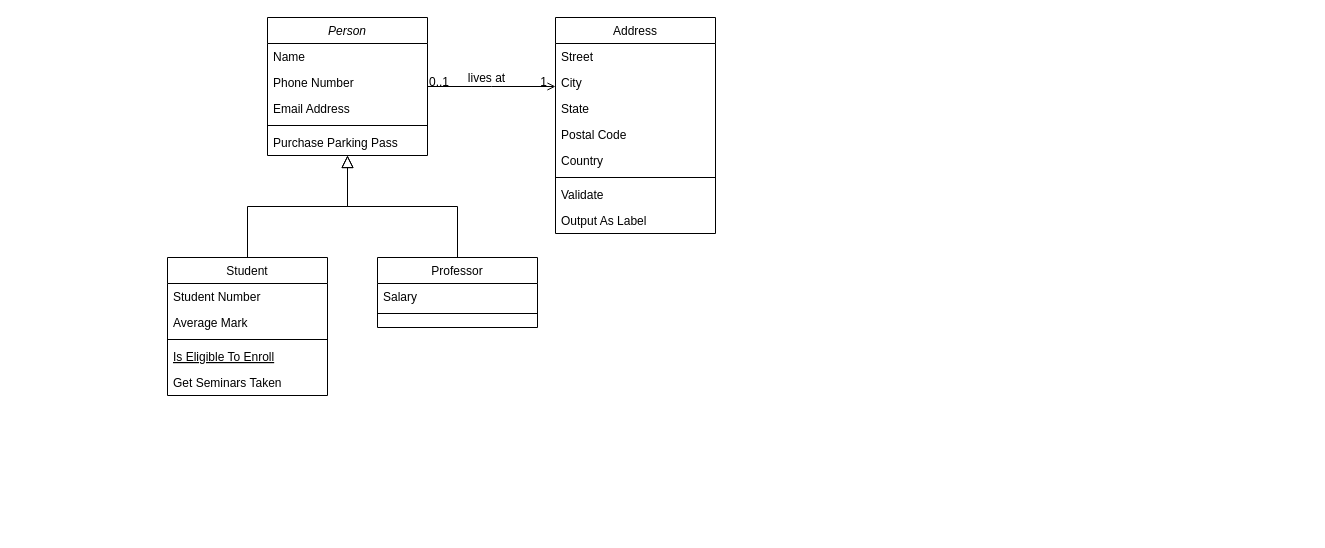
Earlier version of the draw.io diagram Прога/Untitled Diagram.drawio (kyg03a/itmebra). Source tidied: cells renumbered, new cells numbered last; positions are measured from the earlier drawing's top-left corner, leaving out a move shared by most shapes. Both pictures are drawn from the tidied source at 100%, with x=0, y=0 at pixel (167, 17).
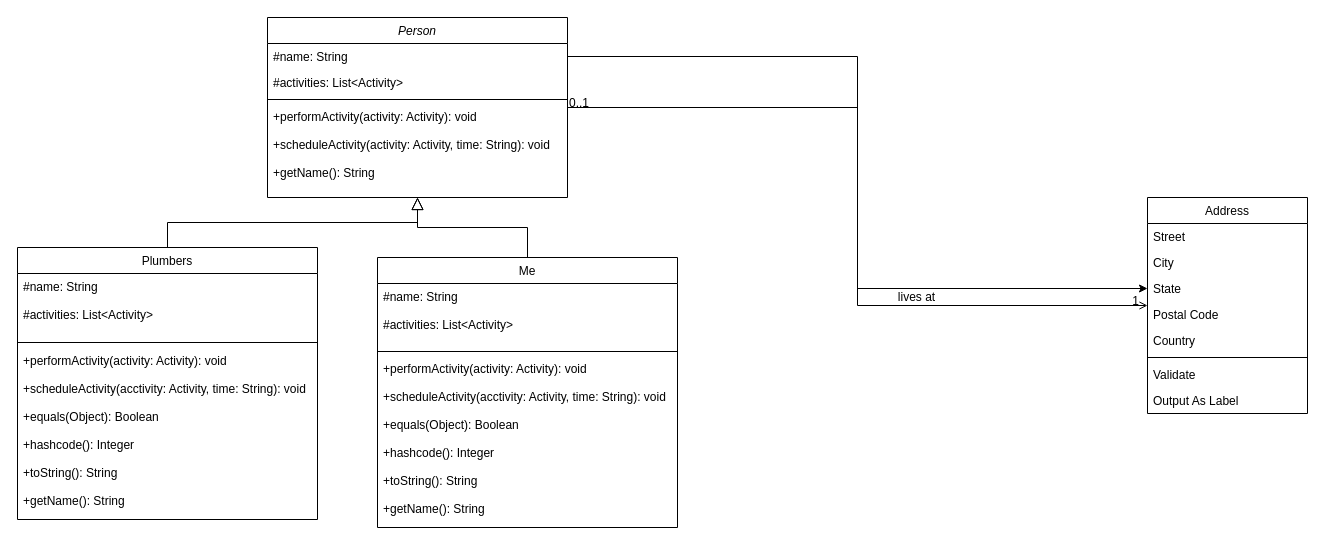
Above is the later version.

The change refers to these unchanged cells:
```xml
<mxCell id="22" value="State" style="text;align=left;verticalAlign=top;spacingLeft=4;spacingRight=4;overflow=hidden;points=[[0,0.5],[1,0.5]];portConstraint=eastwest;rounded=0;shadow=0;html=0;" parent="19" vertex="1">
  <mxGeometry y="78" width="160" height="26" as="geometry" />
</mxCell>
```

What changed in the source:
```diff
@@
     <mxCell id="2" value="Person" style="swimlane;fontStyle=2;align=center;verticalAlign=top;horizontal=1;startSize=26;rounded=0;shadow=0;strokeWidth=1;" parent="1" vertex="1">
-      <mxGeometry x="100" width="160" height="138" as="geometry" />
+      <mxGeometry x="100" width="300" height="180" as="geometry" />
     </mxCell>
-    <mxCell id="3" value="Name" style="text;align=left;verticalAlign=top;spacingLeft=4;spacingRight=4;overflow=hidden;points=[[0,0.5],[1,0.5]];portConstraint=eastwest;" parent="2" vertex="1">
-      <mxGeometry y="26" width="160" height="26" as="geometry" />
+    <mxCell id="3" value="#name: String" style="text;align=left;verticalAlign=top;spacingLeft=4;spacingRight=4;overflow=hidden;points=[[0,0.5],[1,0.5]];portConstraint=eastwest;" parent="2" vertex="1">
+      <mxGeometry y="26" width="300" height="26" as="geometry" />
     </mxCell>
-    <mxCell id="4" value="Phone Number" style="text;align=left;verticalAlign=top;spacingLeft=4;spacingRight=4;overflow=hidden;rounded=0;shadow=0;html=0;" parent="2" vertex="1">
-      <mxGeometry y="52" width="160" height="26" as="geometry" />
-    </mxCell>
-    <mxCell id="5" value="Email Address" style="text;align=left;verticalAlign=top;spacingLeft=4;spacingRight=4;overflow=hidden;rounded=0;shadow=0;html=0;" parent="2" vertex="1">
-      <mxGeometry y="78" width="160" height="26" as="geometry" />
+    <mxCell id="5" value="#activities: List&lt;Activity&gt;" style="text;align=left;verticalAlign=top;spacingLeft=4;spacingRight=4;overflow=hidden;rounded=0;shadow=0;html=0;" parent="2" vertex="1">
+      <mxGeometry y="52" width="300" height="26" as="geometry" />
     </mxCell>
     <mxCell id="6" style="line;html=1;strokeWidth=1;align=left;verticalAlign=middle;spacingTop=-1;spacingLeft=3;spacingRight=3;labelPosition=right;" parent="2" vertex="1">
-      <mxGeometry y="104" width="160" height="8" as="geometry" />
+      <mxGeometry y="78" width="300" height="8" as="geometry" />
     </mxCell>
-    <mxCell id="7" value="Purchase Parking Pass" style="text;align=left;verticalAlign=top;spacingLeft=4;spacingRight=4;overflow=hidden;" parent="2" vertex="1">
-      <mxGeometry y="112" width="160" height="26" as="geometry" />
+    <mxCell id="7" value="+performActivity(activity: Activity): void&#10;&#10;+scheduleActivity(activity: Activity, time: String): void&#10;&#10;+getName(): String&#10;" style="text;align=left;verticalAlign=top;spacingLeft=4;spacingRight=4;overflow=hidden;" parent="2" vertex="1">
+      <mxGeometry y="86" width="300" height="74" as="geometry" />
     </mxCell>
-    <mxCell id="8" value="Student" style="swimlane;fontStyle=0;align=center;verticalAlign=top;horizontal=1;startSize=26;rounded=0;shadow=0;strokeWidth=1;" parent="1" vertex="1">
-      <mxGeometry y="240" width="160" height="138" as="geometry" />
+    <mxCell id="8" value="Plumbers" style="swimlane;fontStyle=0;align=center;verticalAlign=top;horizontal=1;startSize=26;rounded=0;shadow=0;strokeWidth=1;" parent="1" vertex="1">
+      <mxGeometry x="-150" y="230" width="300" height="272" as="geometry" />
     </mxCell>
-    <mxCell id="9" value="Student Number" style="text;align=left;verticalAlign=top;spacingLeft=4;spacingRight=4;overflow=hidden;" parent="8" vertex="1">
-      <mxGeometry y="26" width="160" height="26" as="geometry" />
-    </mxCell>
-    <mxCell id="10" value="Average Mark" style="text;align=left;verticalAlign=top;spacingLeft=4;spacingRight=4;overflow=hidden;rounded=0;shadow=0;html=0;" parent="8" vertex="1">
-      <mxGeometry y="52" width="160" height="26" as="geometry" />
-    </mxCell>
+    <mxCell id="32" value="#name: String&#10;&#10;#activities: List&lt;Activity&gt;" style="text;align=left;verticalAlign=top;spacingLeft=4;spacingRight=4;overflow=hidden;" parent="8" vertex="1">
+      <mxGeometry y="26" width="300" height="64" as="geometry" />
+    </mxCell>
     <mxCell id="11" style="line;html=1;strokeWidth=1;align=left;verticalAlign=middle;spacingTop=-1;spacingLeft=3;spacingRight=3;labelPosition=right;" parent="8" vertex="1">
-      <mxGeometry y="78" width="160" height="8" as="geometry" />
+      <mxGeometry y="90" width="300" height="10" as="geometry" />
     </mxCell>
-    <mxCell id="12" value="Is Eligible To Enroll" style="text;align=left;verticalAlign=top;spacingLeft=4;spacingRight=4;overflow=hidden;fontStyle=4;" parent="8" vertex="1">
-      <mxGeometry y="86" width="160" height="26" as="geometry" />
-    </mxCell>
-    <mxCell id="13" value="Get Seminars Taken" style="text;align=left;verticalAlign=top;spacingLeft=4;spacingRight=4;overflow=hidden;" parent="8" vertex="1">
-      <mxGeometry y="112" width="160" height="26" as="geometry" />
-    </mxCell>
+    <mxCell id="33" value="+performActivity(activity: Activity): void&#10;&#10;+scheduleActivity(acctivity: Activity, time: String): void&#10;&#10;+equals(Object): Boolean&#10;&#10;+hashcode(): Integer&#10;&#10;+toString(): String&#10;&#10;+getName(): String" style="text;align=left;verticalAlign=top;spacingLeft=4;spacingRight=4;overflow=hidden;" parent="8" vertex="1">
+      <mxGeometry y="100" width="300" height="172" as="geometry" />
+    </mxCell>
@@
-    <mxCell id="15" value="Professor" style="swimlane;fontStyle=0;align=center;verticalAlign=top;horizontal=1;startSize=26;rounded=0;shadow=0;strokeWidth=1;" parent="1" vertex="1">
-      <mxGeometry x="210" y="240" width="160" height="70" as="geometry" />
+    <mxCell id="15" value="Me" style="swimlane;fontStyle=0;align=center;verticalAlign=top;horizontal=1;startSize=26;rounded=0;shadow=0;strokeWidth=1;" parent="1" vertex="1">
+      <mxGeometry x="210" y="240" width="300" height="270" as="geometry" />
     </mxCell>
-    <mxCell id="16" value="Salary" style="text;align=left;verticalAlign=top;spacingLeft=4;spacingRight=4;overflow=hidden;" parent="15" vertex="1">
-      <mxGeometry y="26" width="160" height="26" as="geometry" />
+    <mxCell id="16" value="#name: String&#10;&#10;#activities: List&lt;Activity&gt;" style="text;align=left;verticalAlign=top;spacingLeft=4;spacingRight=4;overflow=hidden;" parent="15" vertex="1">
+      <mxGeometry y="26" width="300" height="64" as="geometry" />
     </mxCell>
     <mxCell id="17" style="line;html=1;strokeWidth=1;align=left;verticalAlign=middle;spacingTop=-1;spacingLeft=3;spacingRight=3;labelPosition=right;" parent="15" vertex="1">
-      <mxGeometry y="52" width="160" height="8" as="geometry" />
+      <mxGeometry y="90" width="300" height="8" as="geometry" />
     </mxCell>
+    <mxCell id="34" value="+performActivity(activity: Activity): void&#10;&#10;+scheduleActivity(acctivity: Activity, time: String): void&#10;&#10;+equals(Object): Boolean&#10;&#10;+hashcode(): Integer&#10;&#10;+toString(): String&#10;&#10;+getName(): String" style="text;align=left;verticalAlign=top;spacingLeft=4;spacingRight=4;overflow=hidden;" parent="15" vertex="1">
+      <mxGeometry y="98" width="300" height="172" as="geometry" />
+    </mxCell>
@@
     <mxCell id="19" value="Address" style="swimlane;fontStyle=0;align=center;verticalAlign=top;horizontal=1;startSize=26;rounded=0;shadow=0;strokeWidth=1;" parent="1" vertex="1">
-      <mxGeometry x="388" width="160" height="216" as="geometry" />
+      <mxGeometry x="980" y="180" width="160" height="216" as="geometry" />
     </mxCell>
@@
+    <mxCell id="35" style="edgeStyle=orthogonalEdgeStyle;rounded=0;jettySize=auto;html=1;" parent="1" edge="1" source="3" target="22">
+      <mxGeometry relative="1" as="geometry" />
+    </mxCell>
```
